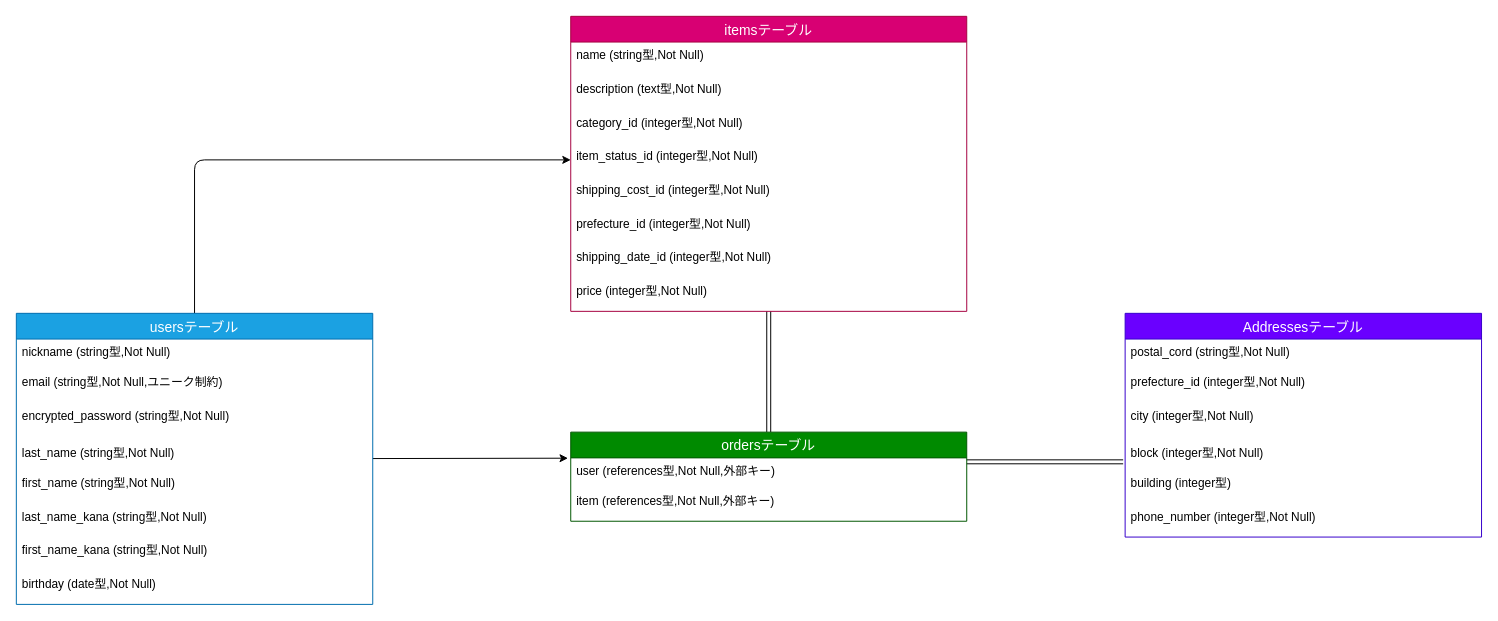
Earlier version of the draw.io diagram test.dio (drgnbebel/furima-38788). Source tidied: cells renumbered, new cells numbered last; positions are measured from the earlier drawing's top-left corner, leaving out a move shared by most shapes. Both pictures are drawn from the tidied source at 99%, with x=0, y=0 at pixel (16, 16).
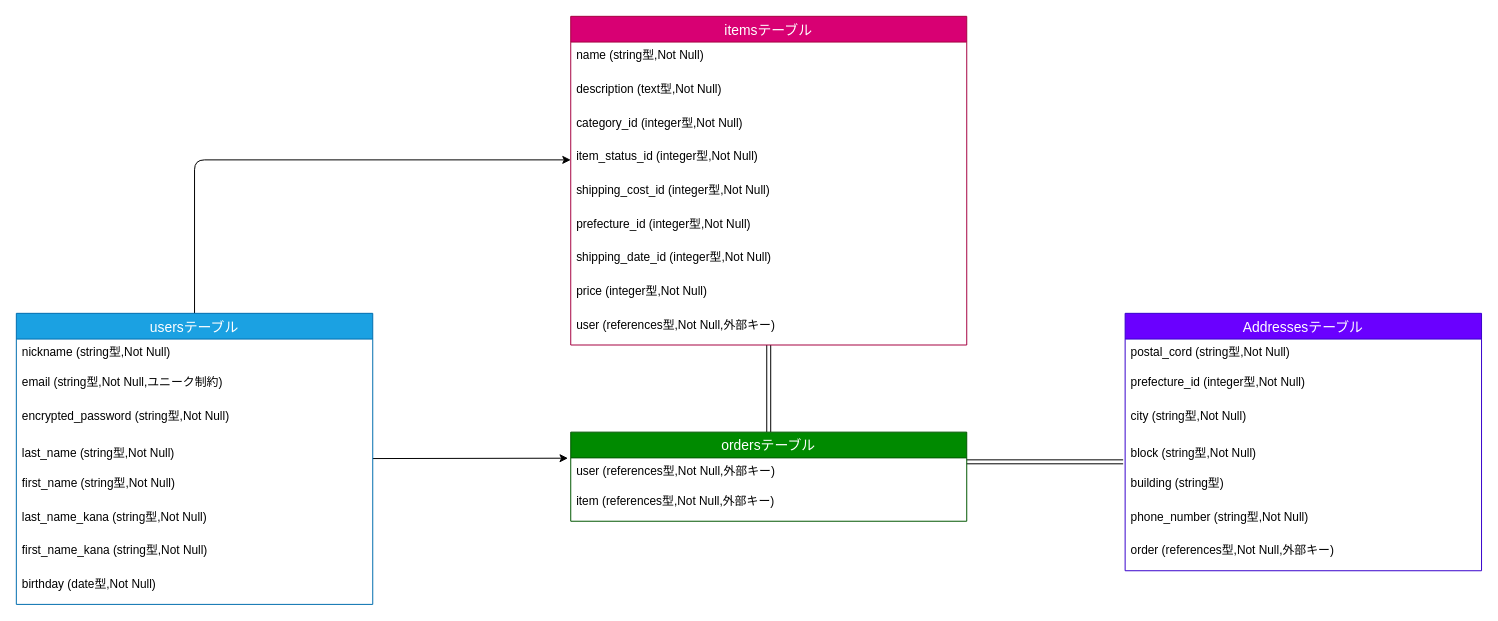
The same diagram, later.

Change to the diagram source:
```diff
@@
     <mxCell id="15" value="itemsテーブル" style="swimlane;fontStyle=0;horizontal=1;startSize=26;align=center;fontSize=14;rounded=0;shadow=0;sketch=0;glass=0;fillColor=#d80073;strokeColor=#A50040;labelBackgroundColor=none;labelBorderColor=none;fontColor=#ffffff;gradientColor=none;" parent="1" vertex="1">
-      <mxGeometry x="560" width="400" height="298" as="geometry" />
+      <mxGeometry x="560" width="400" height="332" as="geometry" />
     </mxCell>
@@
+    <mxCell id="36" value="user (references型,Not Null,外部キー)" style="text;strokeColor=none;fillColor=none;spacingLeft=4;spacingRight=4;overflow=hidden;fontSize=12;fontColor=#000000;" parent="15" vertex="1">
+      <mxGeometry y="298" width="400" height="34" as="geometry" />
+    </mxCell>
@@
     <mxCell id="25" value="Addressesテーブル" style="swimlane;fontStyle=0;horizontal=1;startSize=26;align=center;fontSize=14;rounded=0;shadow=0;sketch=0;glass=0;fillColor=#6a00ff;strokeColor=#3700CC;fontColor=#ffffff;" parent="1" vertex="1">
-      <mxGeometry x="1120" y="300" width="360" height="226" as="geometry" />
+      <mxGeometry x="1120" y="300" width="360" height="260" as="geometry" />
     </mxCell>
@@
-    <mxCell id="28" value="city (integer型,Not Null)" style="text;strokeColor=none;fillColor=none;spacingLeft=4;spacingRight=4;overflow=hidden;fontSize=12;fontColor=#000000;" parent="25" vertex="1">
+    <mxCell id="28" value="city (string型,Not Null)" style="text;strokeColor=none;fillColor=none;spacingLeft=4;spacingRight=4;overflow=hidden;fontSize=12;fontColor=#000000;" parent="25" vertex="1">
       <mxGeometry y="90" width="360" height="34" as="geometry" />
     </mxCell>
-    <mxCell id="29" value="block (integer型,Not Null)" style="text;strokeColor=none;fillColor=none;spacingLeft=4;spacingRight=4;overflow=hidden;fontSize=12;labelPosition=center;verticalLabelPosition=middle;align=left;verticalAlign=middle;fontColor=#000000;" parent="25" vertex="1">
+    <mxCell id="29" value="block (string型,Not Null)" style="text;strokeColor=none;fillColor=none;spacingLeft=4;spacingRight=4;overflow=hidden;fontSize=12;labelPosition=center;verticalLabelPosition=middle;align=left;verticalAlign=middle;fontColor=#000000;" parent="25" vertex="1">
       <mxGeometry y="124" width="360" height="34" as="geometry" />
     </mxCell>
-    <mxCell id="30" value="building (integer型)" style="text;strokeColor=none;fillColor=none;spacingLeft=4;spacingRight=4;overflow=hidden;fontSize=12;fontColor=#000000;" parent="25" vertex="1">
+    <mxCell id="30" value="building (string型)" style="text;strokeColor=none;fillColor=none;spacingLeft=4;spacingRight=4;overflow=hidden;fontSize=12;fontColor=#000000;" parent="25" vertex="1">
       <mxGeometry y="158" width="360" height="34" as="geometry" />
     </mxCell>
-    <mxCell id="31" value="phone_number (integer型,Not Null)" style="text;strokeColor=none;fillColor=none;spacingLeft=4;spacingRight=4;overflow=hidden;fontSize=12;fontColor=#000000;" parent="25" vertex="1">
+    <mxCell id="31" value="phone_number (string型,Not Null)" style="text;strokeColor=none;fillColor=none;spacingLeft=4;spacingRight=4;overflow=hidden;fontSize=12;fontColor=#000000;" parent="25" vertex="1">
       <mxGeometry y="192" width="360" height="34" as="geometry" />
     </mxCell>
+    <mxCell id="37" value="order (references型,Not Null,外部キー)" style="text;strokeColor=none;fillColor=none;spacingLeft=4;spacingRight=4;overflow=hidden;fontSize=12;fontColor=#000000;" parent="25" vertex="1">
+      <mxGeometry y="226" width="360" height="34" as="geometry" />
+    </mxCell>
```
